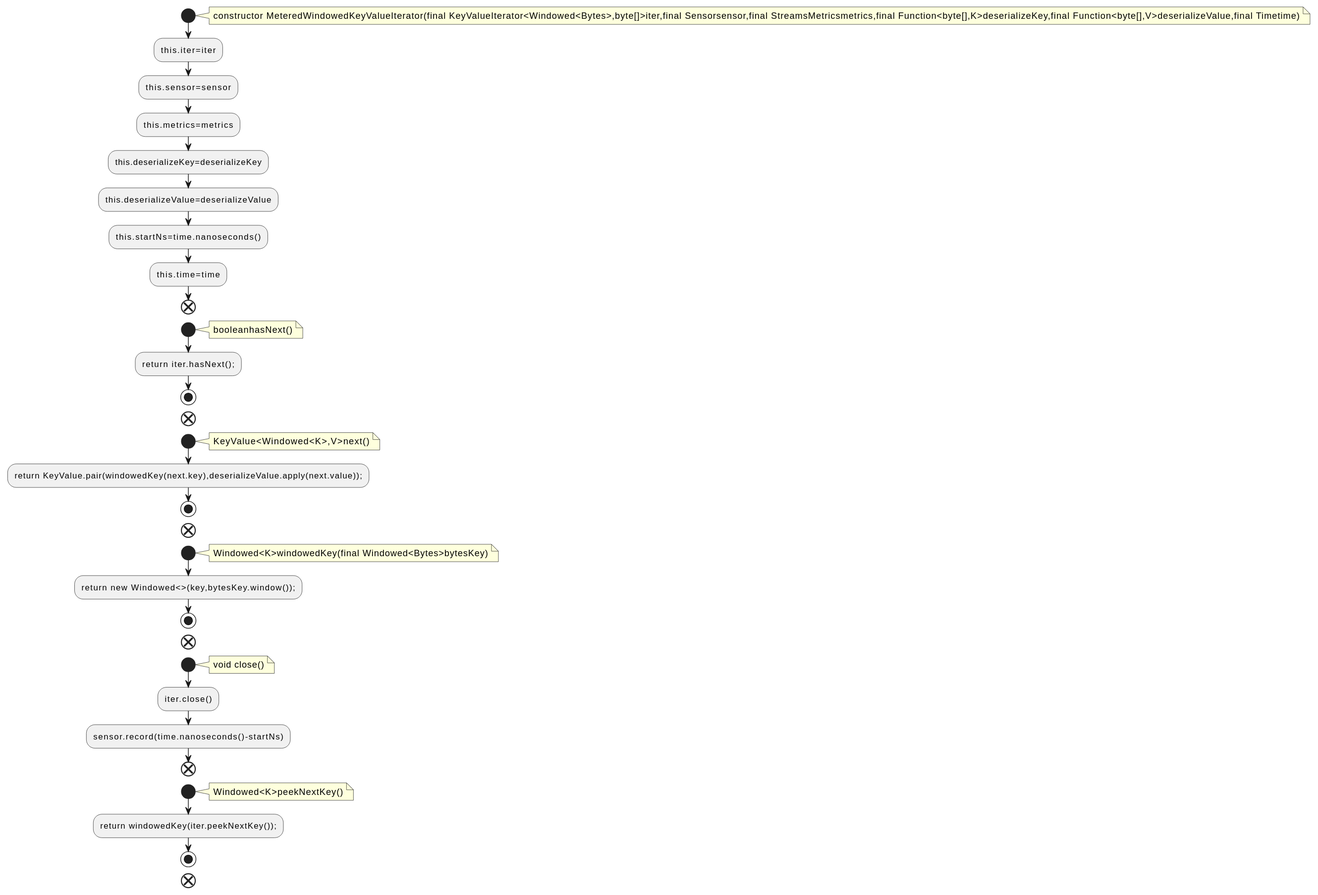
The PlantUML diagram docs/qc/streams/src/main/java/org/apache/kafka/streams/state/internals/MeteredWindowedKeyValueIterator.java.fct.svg in qualitesys/kafka, before a commit. The source it was exported from:
```plantuml
@startuml
!pragma layout smetana
start
note right
constructor MeteredWindowedKeyValueIterator(final KeyValueIterator<Windowed<Bytes>,byte[]>iter,final Sensorsensor,final StreamsMetricsmetrics,final Function<byte[],K>deserializeKey,final Function<byte[],V>deserializeValue,final Timetime)
end note
:this.iter=iter;
:this.sensor=sensor;
:this.metrics=metrics;
:this.deserializeKey=deserializeKey;
:this.deserializeValue=deserializeValue;
:this.startNs=time.nanoseconds();
:this.time=time;
end
start
note right
booleanhasNext()
end note
:return iter.hasNext();;
stop
end
start
note right
KeyValue<Windowed<K>,V>next()
end note
:return KeyValue.pair(windowedKey(next.key),deserializeValue.apply(next.value));;
stop
end
start
note right
Windowed<K>windowedKey(final Windowed<Bytes>bytesKey)
end note
:return new Windowed<>(key,bytesKey.window());;
stop
end
start
note right
void close()
end note
:iter.close();
:sensor.record(time.nanoseconds()-startNs);
end
start
note right
Windowed<K>peekNextKey()
end note
:return windowedKey(iter.peekNextKey());;
stop
end
@enduml
```
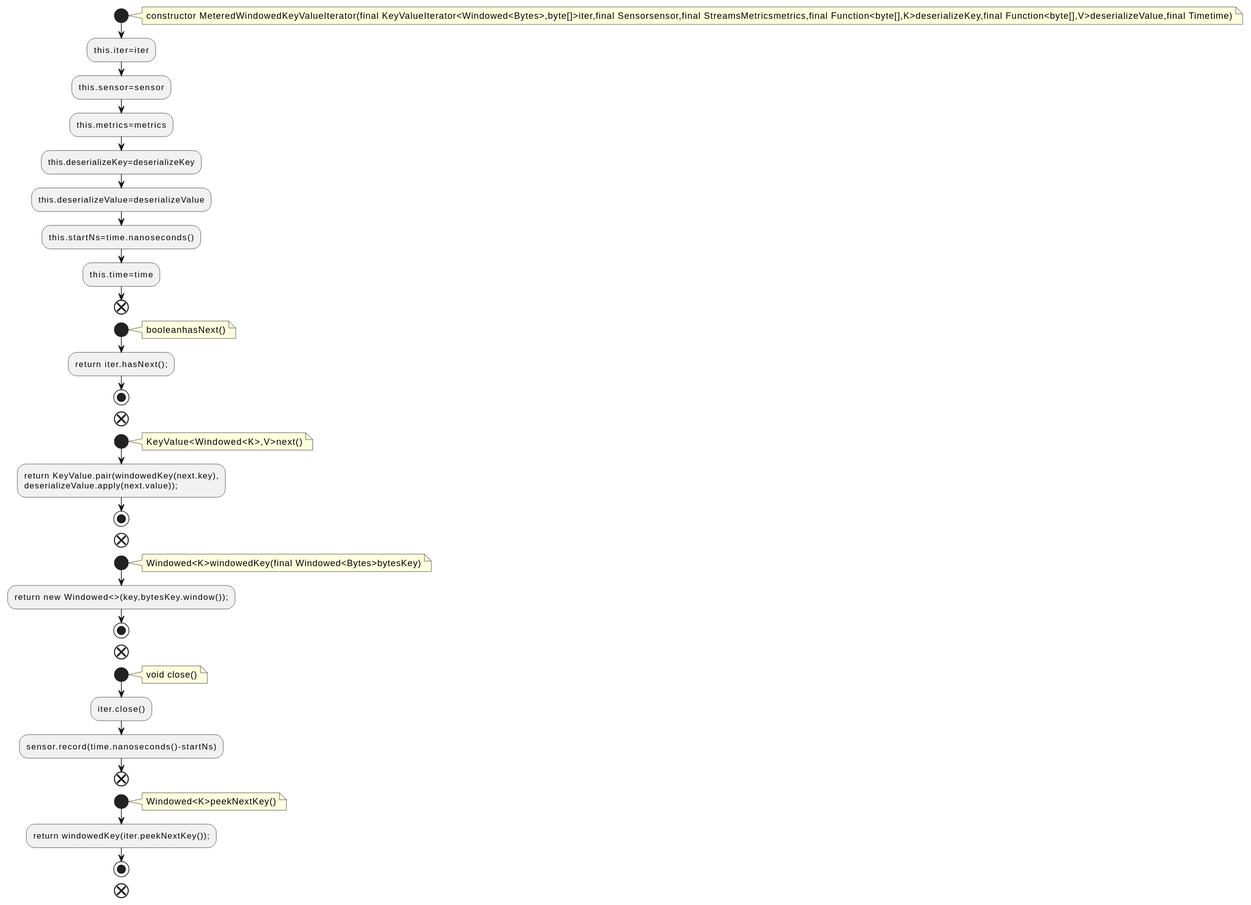
Above is the later version.

Change to the diagram source:
```diff
@@ -23,7 +23,8 @@
 note right
 KeyValue<Windowed<K>,V>next()
 end note
-:return KeyValue.pair(windowedKey(next.key),deserializeValue.apply(next.value));;
+:return KeyValue.pair(windowedKey(next.key),
+deserializeValue.apply(next.value));;
 stop
 end
 start
```
